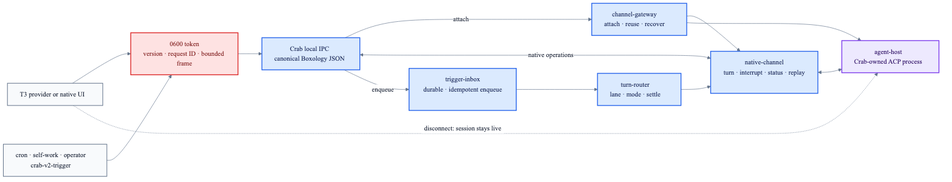
Earlier version of the Mermaid export v2/docs/channel-ipc-flow.png (fontanierh/crab). Its source is kept beside it as v2/docs/channel-ipc-flow.mmd.
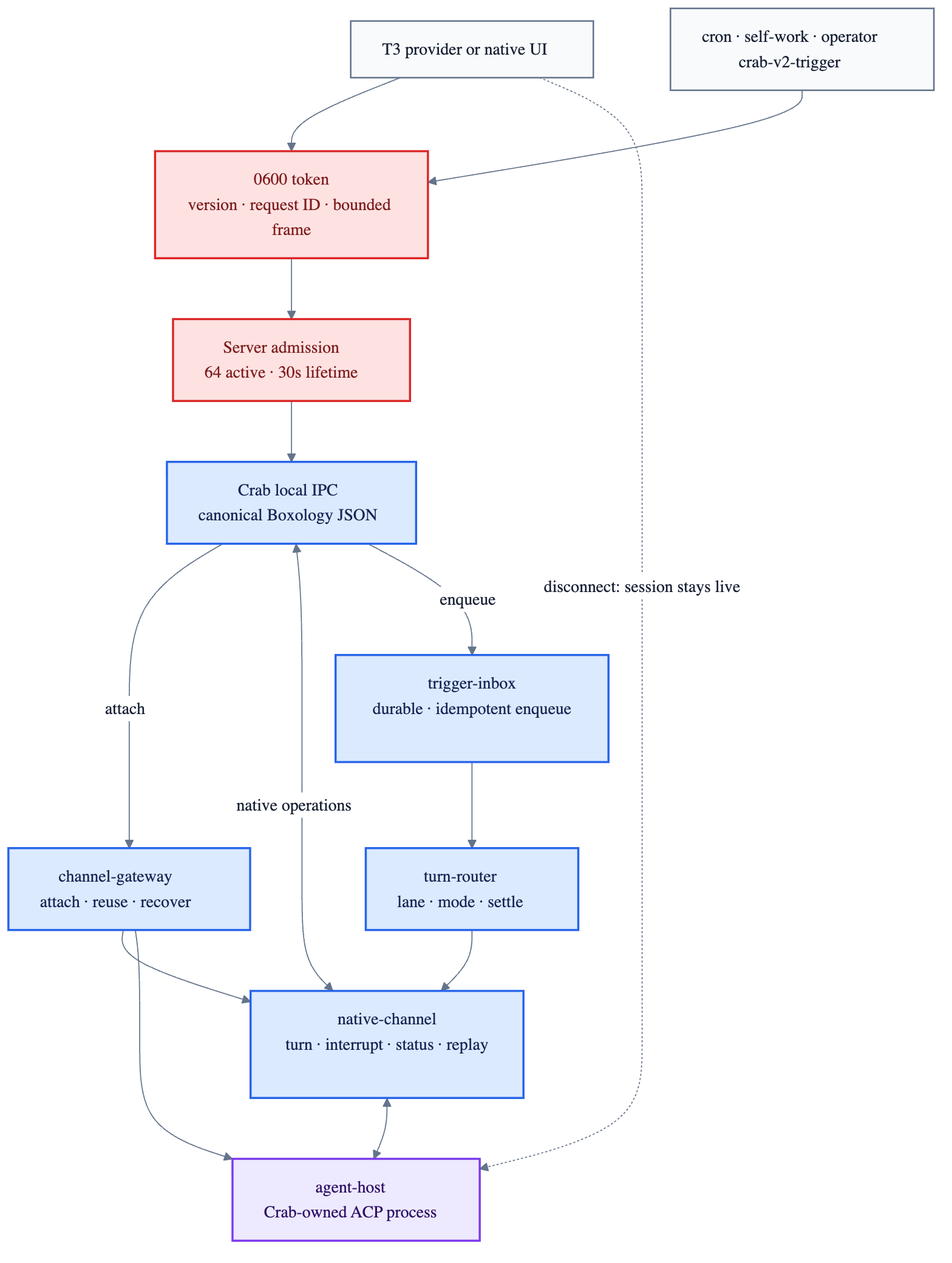
Later version of the same file.

Commit message:
fix(v2): bound local IPC server work (#292)

The edit, as a diff of the source:
```diff
@@ -1,8 +1,9 @@
 %%{init: {"theme": "base", "themeVariables": {"fontFamily": "ui-sans-serif, system-ui, sans-serif", "primaryTextColor": "#172033", "lineColor": "#64748b", "edgeLabelBackground": "#ffffff"}, "flowchart": {"curve": "basis", "nodeSpacing": 44, "rankSpacing": 58}}}%%
-flowchart LR
+flowchart TB
     UI["T3 provider or native UI"]
     PRODUCER["cron · self-work · operator<br/>crab-v2-trigger"]
     AUTH["0600 token<br/>version · request ID · bounded frame"]
+    LIMIT["Server admission<br/>64 active · 30s lifetime"]
     IPC["Crab local IPC<br/>canonical Boxology JSON"]
     GATEWAY["channel-gateway<br/>attach · reuse · recover"]
     INBOX["trigger-inbox<br/>durable · idempotent enqueue"]
@@ -10,7 +11,7 @@
     CHANNEL["native-channel<br/>turn · interrupt · status · replay"]
     HOST["agent-host<br/>Crab-owned ACP process"]
 
-    UI --> AUTH --> IPC
+    UI --> AUTH --> LIMIT --> IPC
     PRODUCER --> AUTH
     IPC -->|"attach"| GATEWAY
     IPC <-->|"native operations"| CHANNEL
@@ -25,6 +26,6 @@
     classDef channel fill:#dbeafe,stroke:#2563eb,stroke-width:2px,color:#172554;
     classDef agent fill:#ede9fe,stroke:#7c3aed,stroke-width:2px,color:#2e1065;
     class UI,PRODUCER client;
-    class AUTH guard;
+    class AUTH,LIMIT guard;
     class IPC,GATEWAY,INBOX,ROUTER,CHANNEL channel;
     class HOST agent;
```
